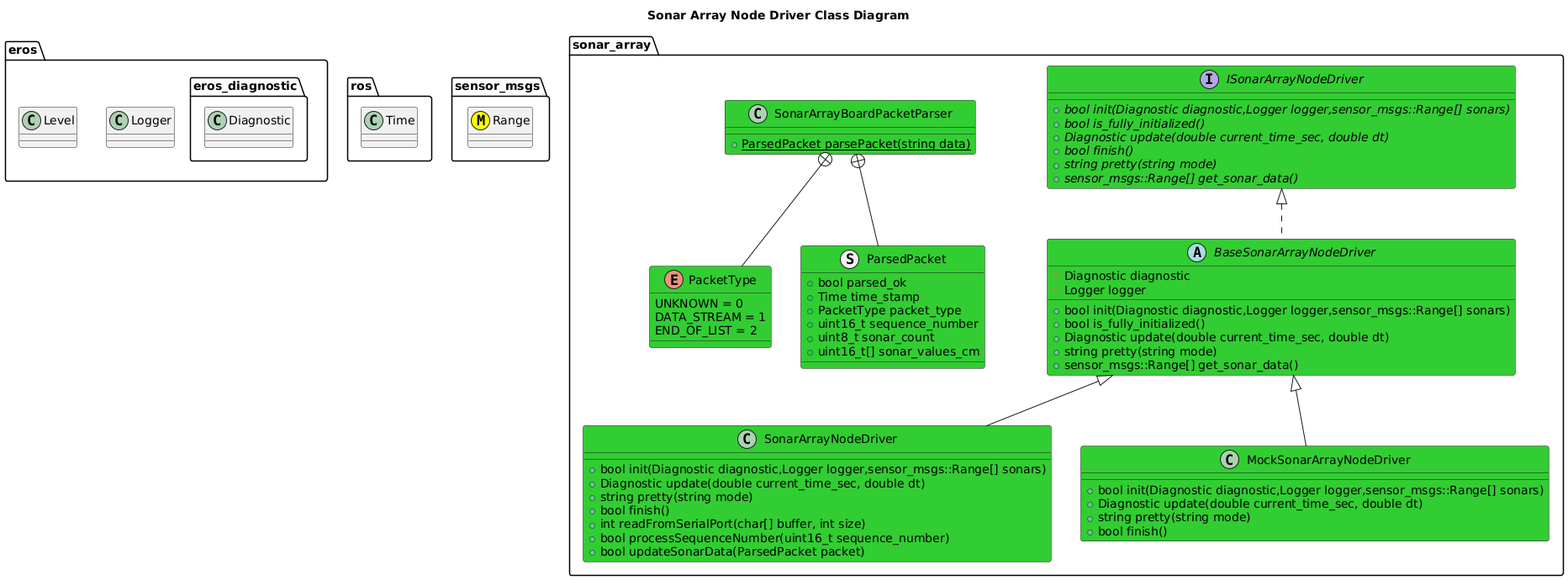
Earlier version of the PlantUML export nodes/SonarArrayNode/driver/doc/output/SonarArrayNodeDriverClassDiagram.png (fastrobotics/sonar_array).
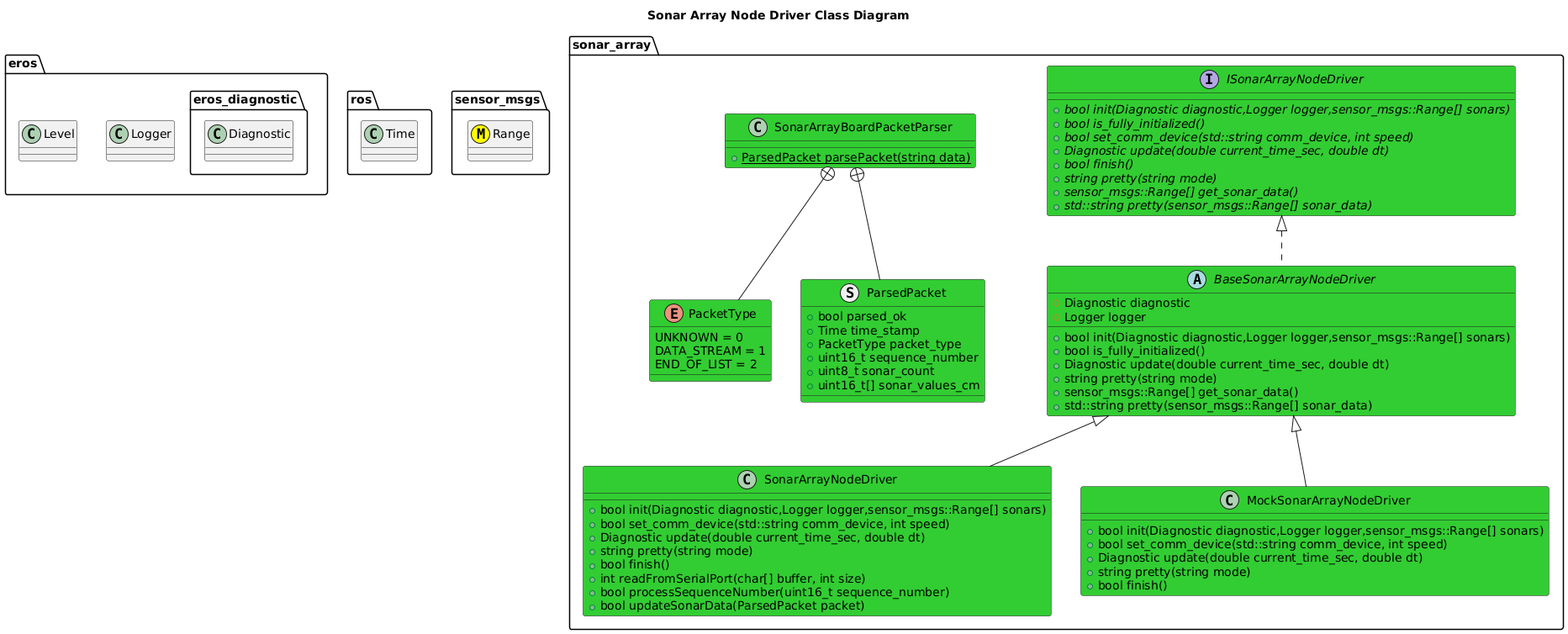
Above is the later version.

Change to the diagram source:
```diff
@@ -17,10 +17,12 @@
     interface ISonarArrayNodeDriver #LimeGreen {
         +{abstract} bool init(Diagnostic diagnostic,Logger logger,sensor_msgs::Range[] sonars)
         +{abstract} bool is_fully_initialized()
+        +{abstract} bool set_comm_device(std::string comm_device, int speed)
         +{abstract} Diagnostic update(double current_time_sec, double dt)
         +{abstract} bool finish()
         +{abstract} string pretty(string mode)
         +{abstract} sensor_msgs::Range[] get_sonar_data()
+        +{abstract} std::string pretty(sensor_msgs::Range[] sonar_data)
     }
     abstract BaseSonarArrayNodeDriver #LimeGreen {
         +bool init(Diagnostic diagnostic,Logger logger,sensor_msgs::Range[] sonars)
@@ -28,6 +30,7 @@
         +Diagnostic update(double current_time_sec, double dt)
         +string pretty(string mode)
         +sensor_msgs::Range[] get_sonar_data()
+        +std::string pretty(sensor_msgs::Range[] sonar_data)
         #Diagnostic diagnostic
         #Logger logger
 
@@ -35,6 +38,7 @@
     ISonarArrayNodeDriver <|.. BaseSonarArrayNodeDriver
     class SonarArrayNodeDriver #LimeGreen {
         +bool init(Diagnostic diagnostic,Logger logger,sensor_msgs::Range[] sonars)
+        +bool set_comm_device(std::string comm_device, int speed)
         +Diagnostic update(double current_time_sec, double dt)
         +string pretty(string mode)
         +bool finish()
@@ -45,6 +49,7 @@
     BaseSonarArrayNodeDriver <|-- SonarArrayNodeDriver
     class MockSonarArrayNodeDriver #LimeGreen {
         +bool init(Diagnostic diagnostic,Logger logger,sensor_msgs::Range[] sonars)
+        +bool set_comm_device(std::string comm_device, int speed)
         +Diagnostic update(double current_time_sec, double dt)
         +string pretty(string mode)
         +bool finish()
```
